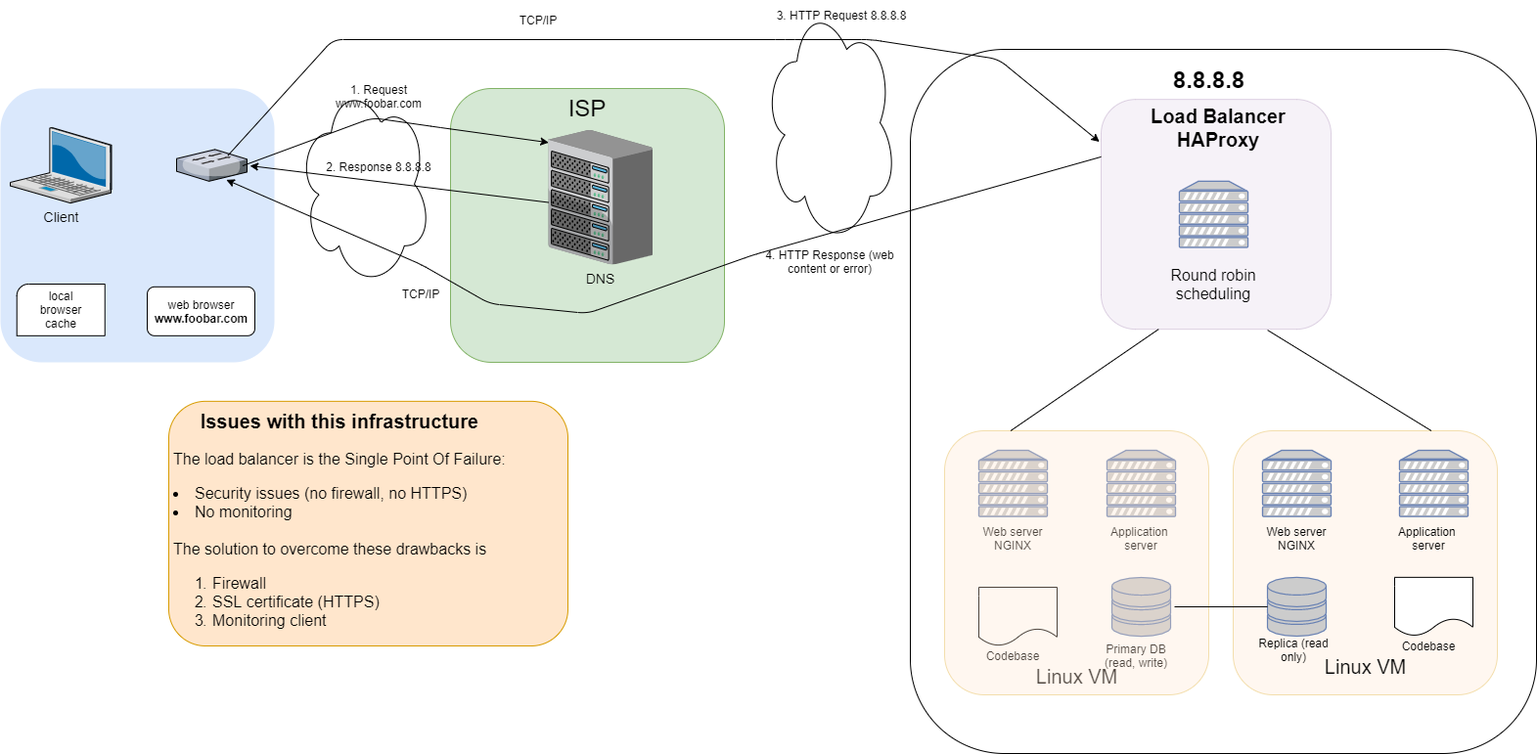
Above: 0x09-web_infrastructure_design/images/1-distributed_web_infrastructure.png in huy75/holberton-system_engineering-devops (draw.io), before the change. Source tidied: cells renumbered, new cells last; positions are measured from the earlier drawing's top-left corner, leaving out a move shared by most shapes.
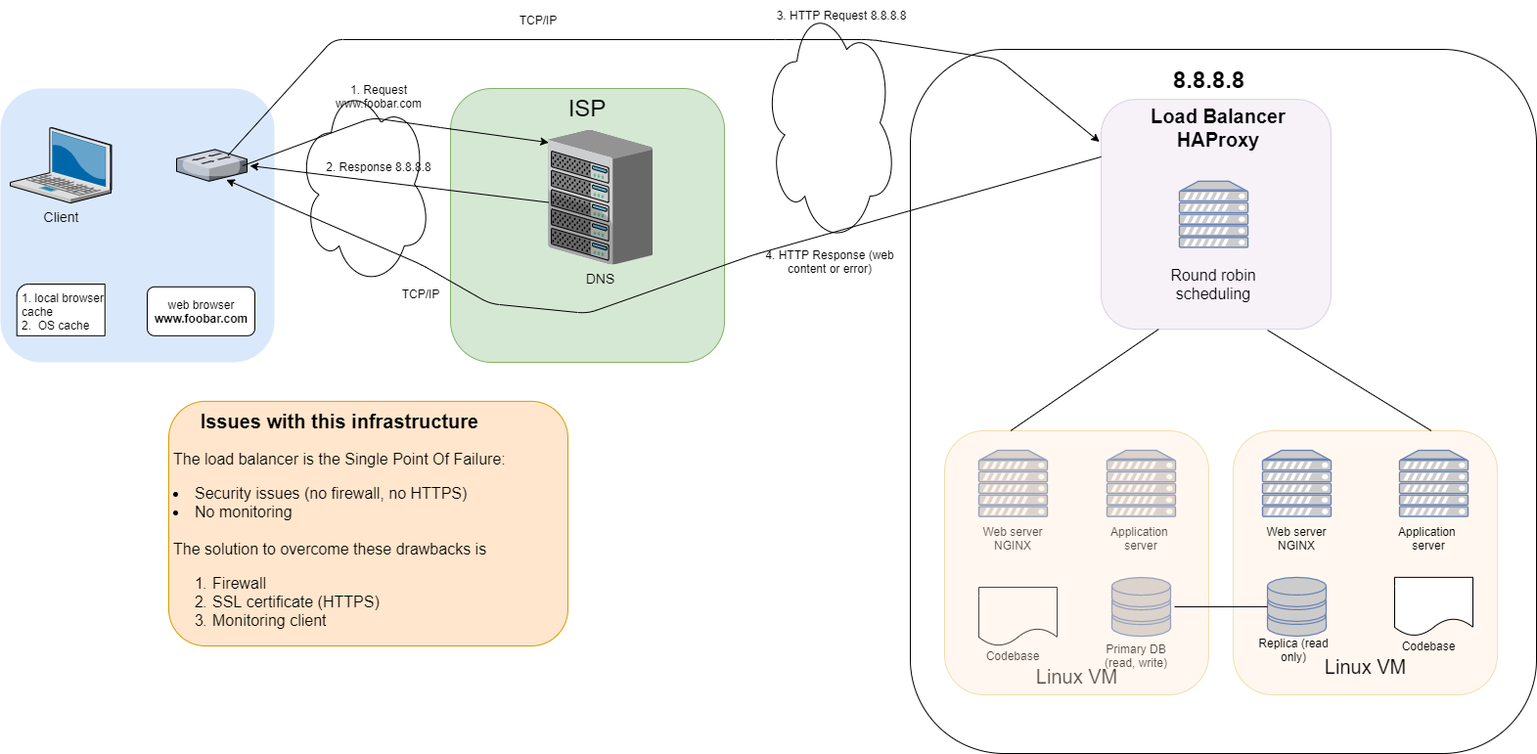
Above is the later version.

Change to the diagram source:
```diff
@@ -11,9 +11,6 @@
     <mxCell id="4" style="verticalLabelPosition=bottom;verticalAlign=top;html=1;shape=mxgraph.basic.corner_round_rect;dx=6;" parent="1" vertex="1">
       <mxGeometry x="16.7" y="290" width="90" height="52.8" as="geometry" />
     </mxCell>
-    <mxCell id="5" value="local browser cache" style="text;html=1;strokeColor=none;fillColor=none;align=center;verticalAlign=middle;whiteSpace=wrap;rounded=0;" parent="1" vertex="1">
-      <mxGeometry x="26.7" y="291.4" width="70" height="50" as="geometry" />
-    </mxCell>
     <mxCell id="6" value="web browser&lt;br&gt;&lt;b&gt;www.foobar.com&lt;/b&gt;" style="html=1;rounded=1;" parent="1" vertex="1">
       <mxGeometry x="150" y="292.8" width="110" height="50" as="geometry" />
     </mxCell>
@@ -178,5 +175,8 @@
     <mxCell id="51" value="TCP/IP" style="text;html=1;strokeColor=none;fillColor=none;align=center;verticalAlign=middle;whiteSpace=wrap;rounded=0;" parent="1" vertex="1">
       <mxGeometry x="410" y="290" width="40" height="20" as="geometry" />
     </mxCell>
+    <mxCell id="52" value="1. local browser cache&lt;br&gt;2.&amp;nbsp; OS cache" style="text;html=1;strokeColor=none;fillColor=none;align=left;verticalAlign=middle;whiteSpace=wrap;rounded=0;" parent="1" vertex="1">
+      <mxGeometry x="20" y="292.8" width="103.3" height="50" as="geometry" />
+    </mxCell>
   </root>
 </mxGraphModel>
```
